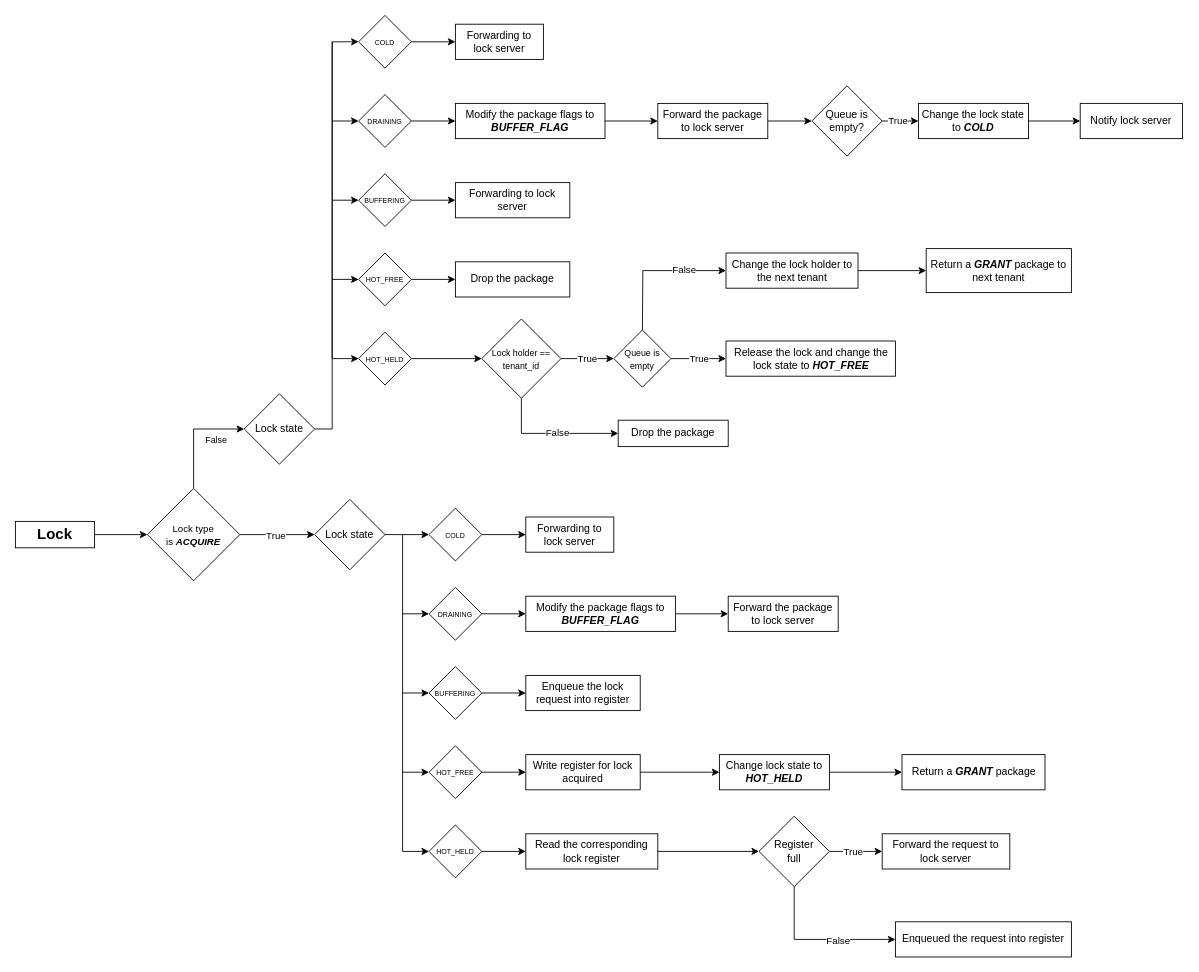
The draw.io diagram docs/diagram/ingress_packet_processing_flow.drawio in Chiang-Chen-An/multi-rack-netlock, before the edit. Source tidied: cells renumbered, new cells numbered last; positions are measured from the earlier drawing's top-left corner, leaving out a move shared by most shapes. Both pictures are drawn from the tidied source at 88%, with x=0, y=0 at pixel (15, 15).
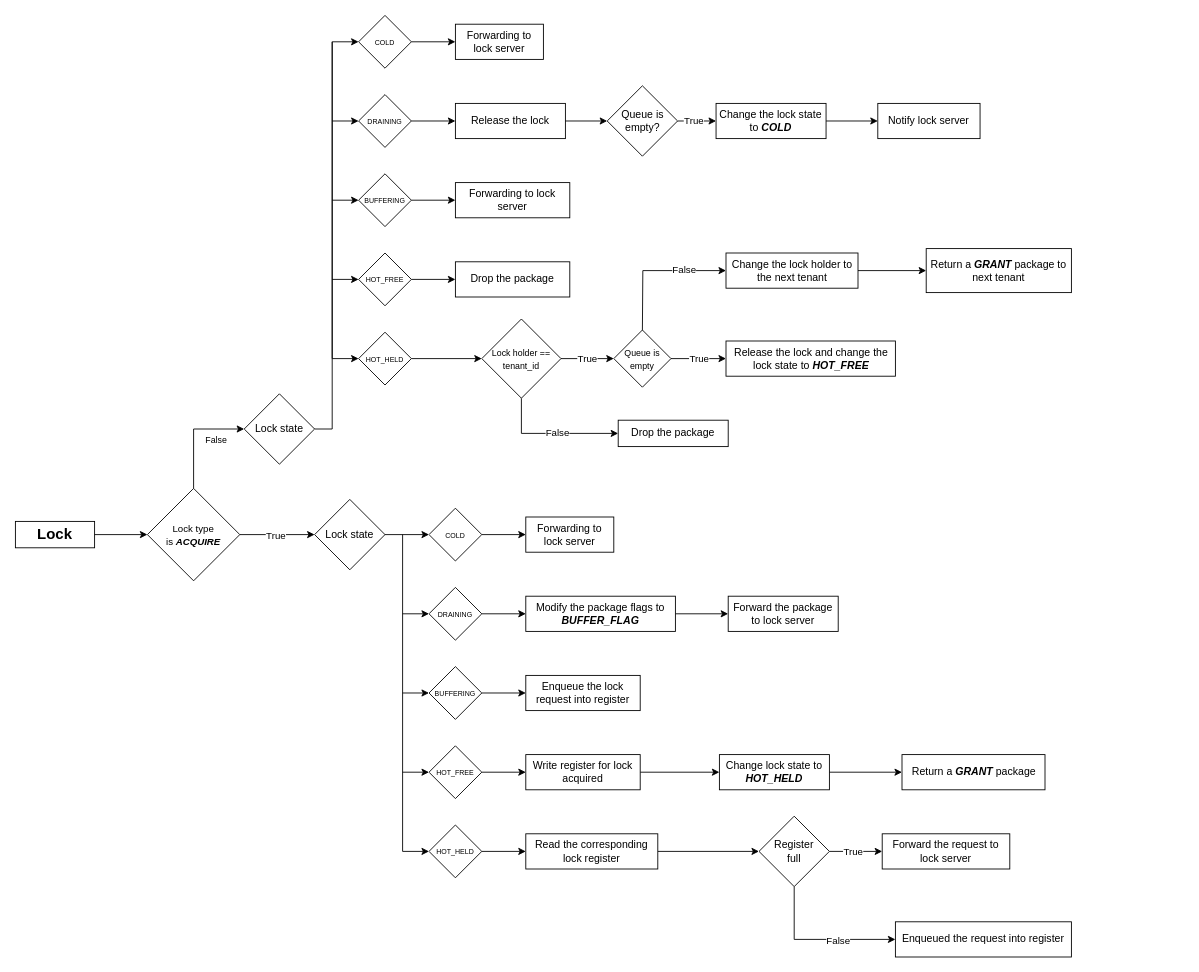
The same page after the edit.

Commit message:
docs: fix release lock logic of DRAINING

Unchanged cells that the change refers to:
```xml
<mxCell id="50" value="&lt;span style=&quot;text-align: start;&quot;&gt;&lt;font style=&quot;font-size: 8px;&quot;&gt;DRAINING&lt;/font&gt;&lt;/span&gt;" style="rhombus;whiteSpace=wrap;html=1;" parent="1" vertex="1">
  <mxGeometry x="390" y="90" width="60" height="60" as="geometry" />
</mxCell>
```

Change to the diagram source:
```diff
@@
-    <mxCell id="49" style="edgeStyle=orthogonalEdgeStyle;rounded=0;jettySize=auto;html=1;" parent="1" edge="1" source="50" target="63">
-      <mxGeometry relative="1" as="geometry" />
-    </mxCell>
@@
-    <mxCell id="62" style="edgeStyle=orthogonalEdgeStyle;rounded=0;jettySize=auto;html=1;" parent="1" edge="1" source="63" target="64">
+    <mxCell id="62" style="edgeStyle=orthogonalEdgeStyle;rounded=0;jettySize=auto;html=1;exitX=1;exitY=0.5;exitDx=0;exitDy=0;" parent="1" edge="1" source="50" target="64">
       <mxGeometry relative="1" as="geometry" />
     </mxCell>
-    <mxCell id="63" value="Modify the package flags to &lt;b&gt;&lt;i&gt;BUFFER_FLAG&lt;/i&gt;&lt;/b&gt;" style="whiteSpace=wrap;html=1;" parent="1" vertex="1">
-      <mxGeometry x="500" y="100" width="170" height="40" as="geometry" />
-    </mxCell>
-    <mxCell id="64" value="Forward the package to lock server" style="whiteSpace=wrap;html=1;" parent="1" vertex="1">
-      <mxGeometry x="730" y="100" width="125" height="40" as="geometry" />
+    <mxCell id="64" value="Release the lock" style="whiteSpace=wrap;html=1;" parent="1" vertex="1">
+      <mxGeometry x="500" y="100" width="125" height="40" as="geometry" />
     </mxCell>
@@
-    <mxCell id="80" style="edgeStyle=orthogonalEdgeStyle;rounded=0;jettySize=auto;html=1;" parent="1" edge="1" source="82" target="85">
+    <mxCell id="80" style="edgeStyle=orthogonalEdgeStyle;rounded=0;jettySize=auto;html=1;exitX=1;exitY=0.5;exitDx=0;exitDy=0;entryX=0;entryY=0.5;entryDx=0;entryDy=0;" parent="1" edge="1" source="82" target="85">
       <mxGeometry relative="1" as="geometry" />
     </mxCell>
@@
     <mxCell id="82" value="Queue is empty?" style="rhombus;whiteSpace=wrap;html=1;" parent="1" vertex="1">
-      <mxGeometry x="905" y="80" width="80" height="80" as="geometry" />
+      <mxGeometry x="672.5" y="80" width="80" height="80" as="geometry" />
     </mxCell>
@@
     <mxCell id="85" value="Change the lock state to &lt;b&gt;&lt;i&gt;COLD&lt;/i&gt;&lt;/b&gt;" style="whiteSpace=wrap;html=1;" parent="1" vertex="1">
-      <mxGeometry x="1026.2" y="100" width="125" height="40" as="geometry" />
+      <mxGeometry x="796.2" y="100" width="125" height="40" as="geometry" />
     </mxCell>
     <mxCell id="86" value="Notify lock server" style="whiteSpace=wrap;html=1;" parent="1" vertex="1">
-      <mxGeometry x="1210" y="100" width="116.2" height="40" as="geometry" />
+      <mxGeometry x="980" y="100" width="116.2" height="40" as="geometry" />
     </mxCell>
```
